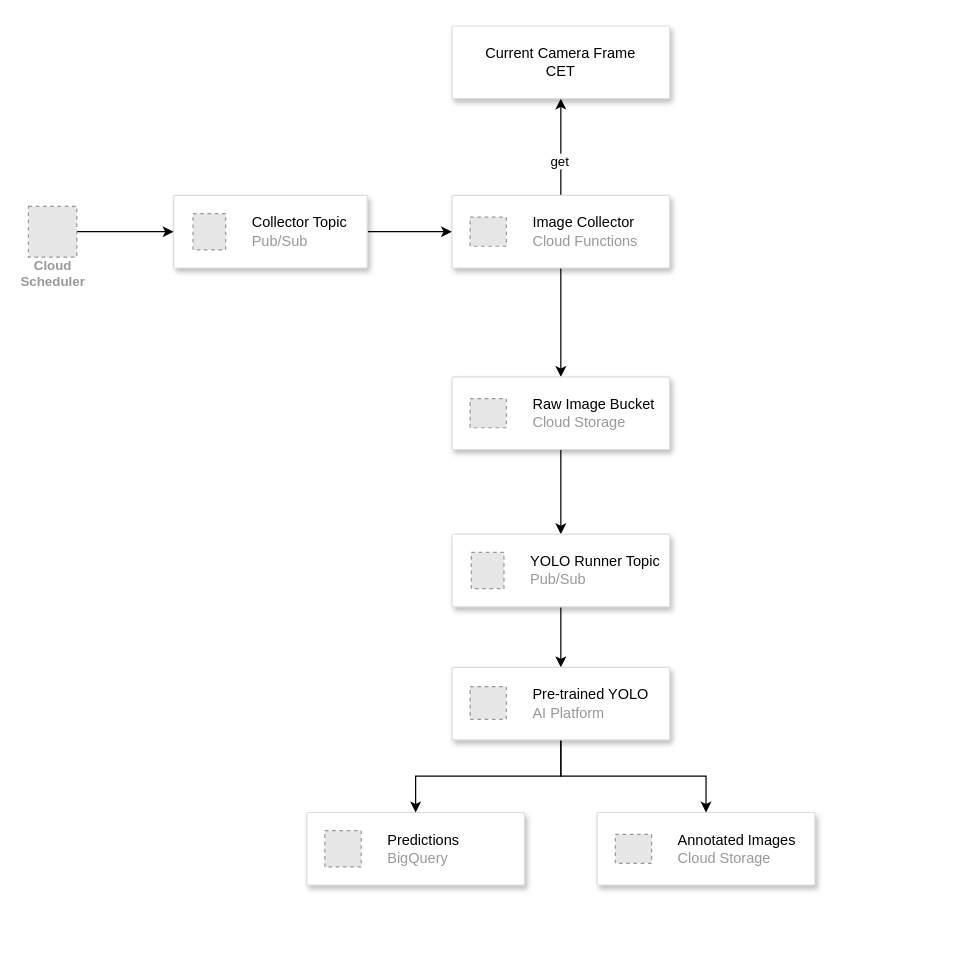
Before: gcp_infra.drawio in brunorosilva/real-time-vehicle-counter, a draw.io diagram. Source tidied: cells renumbered, new cells numbered last; positions are measured from the earlier drawing's top-left corner, leaving out a move shared by most shapes. Both pictures are drawn from the tidied source at 121%, with x=0, y=0 at pixel (28, 25). Pictures stored in the file or linked from it are replaced by grey dashed boxes.
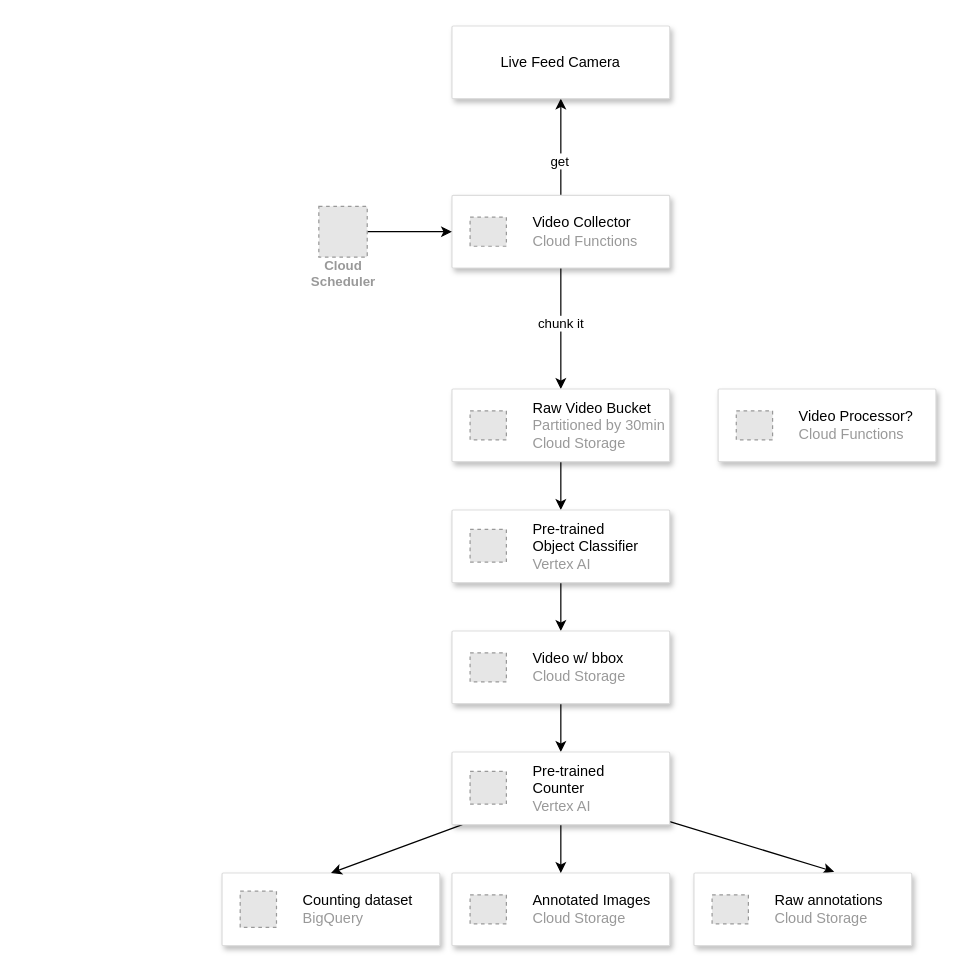
The same diagram, later.

Commit message (it also covers changes not shown here):
review infra

The change refers to these unchanged cells:
```xml
<mxCell id="2" style="edgeStyle=orthogonalEdgeStyle;rounded=0;jettySize=auto;html=1;fontColor=#000000;" parent="1" edge="1" source="5" target="13">
  <mxGeometry relative="1" as="geometry" />
</mxCell>
<mxCell id="3" style="edgeStyle=orthogonalEdgeStyle;rounded=0;jettySize=auto;html=1;fontColor=#000000;" parent="1" edge="1" source="5" target="18">
  <mxGeometry relative="1" as="geometry" />
</mxCell>
<mxCell id="5" style="strokeColor=#dddddd;shadow=1;strokeWidth=1;rounded=1;absoluteArcSize=1;arcSize=2;fontColor=#000000;" parent="1" vertex="1">
  <mxGeometry x="350" y="140" width="180" height="60" as="geometry" />
</mxCell>
```

What changed in the source:
```diff
@@
+    <mxCell id="27" value="chunk it" style="edgeLabel;html=1;align=center;verticalAlign=middle;" parent="2" vertex="1">
+      <mxGeometry x="-0.11" y="-1" relative="1" as="geometry" />
+    </mxCell>
@@
-    <mxCell id="4" value="get" style="edgeLabel;html=1;align=center;verticalAlign=middle;fontColor=#000000;" parent="3" vertex="1">
+    <mxCell id="4" value="&lt;span style=&quot;background-color: rgb(255, 255, 255);&quot;&gt;get&lt;/span&gt;" style="edgeLabel;html=1;align=center;verticalAlign=middle;fontColor=#000000;" parent="3" vertex="1">
       <mxGeometry x="-0.28" y="2" relative="1" as="geometry" />
     </mxCell>
@@
-    <mxCell id="6" value="&lt;font color=&quot;#000000&quot;&gt;Image Collector&lt;/font&gt;&lt;br&gt;Cloud Functions" style="fillColor=#E6E6E6;strokeColor=#999999;dashed=1;html=1;fontColor=#999999;verticalLabelPosition=middle;labelBackgroundColor=#ffffff;verticalAlign=middle;labelPosition=right;align=left;spacingLeft=20;" parent="5" vertex="1">
+    <mxCell id="6" value="&lt;font color=&quot;#000000&quot;&gt;Video Collector&lt;/font&gt;&lt;br&gt;Cloud Functions" style="fillColor=#E6E6E6;strokeColor=#999999;dashed=1;html=1;fontColor=#999999;verticalLabelPosition=middle;labelBackgroundColor=#ffffff;verticalAlign=middle;labelPosition=right;align=left;spacingLeft=20;" parent="5" vertex="1">
       <mxGeometry width="30" height="24" relative="1" as="geometry">
         <mxPoint x="15" y="18" as="offset" />
       </mxGeometry>
     </mxCell>
-    <mxCell id="7" style="edgeStyle=orthogonalEdgeStyle;rounded=0;jettySize=auto;html=1;fontColor=#000000;" parent="1" edge="1" source="8">
+    <mxCell id="7" style="edgeStyle=orthogonalEdgeStyle;rounded=0;orthogonalLoop=1;jettySize=auto;html=1;fontColor=#000000;" parent="1" edge="1">
       <mxGeometry relative="1" as="geometry">
+        <mxPoint x="280" y="170" as="sourcePoint" />
         <mxPoint x="350" y="170" as="targetPoint" />
       </mxGeometry>
     </mxCell>
-    <mxCell id="8" style="strokeColor=#dddddd;shadow=1;strokeWidth=1;rounded=1;absoluteArcSize=1;arcSize=2;fontColor=#000000;" parent="1" vertex="1">
-      <mxGeometry x="120" y="140" width="160" height="60" as="geometry" />
-    </mxCell>
-    <mxCell id="9" value="&lt;font color=&quot;#000000&quot;&gt;Collector Topic&lt;/font&gt;&lt;br&gt;Pub/Sub" style="fillColor=#E6E6E6;strokeColor=#999999;dashed=1;html=1;fontColor=#999999;verticalLabelPosition=middle;labelBackgroundColor=#ffffff;verticalAlign=middle;labelPosition=right;align=left;spacingLeft=20;" parent="8" vertex="1">
-      <mxGeometry width="27" height="30" relative="1" as="geometry">
-        <mxPoint x="16" y="15" as="offset" />
-      </mxGeometry>
-    </mxCell>
-    <mxCell id="10" style="edgeStyle=orthogonalEdgeStyle;rounded=0;jettySize=auto;html=1;fontColor=#000000;" parent="1" edge="1" source="11">
-      <mxGeometry relative="1" as="geometry">
-        <mxPoint x="120" y="170" as="targetPoint" />
-      </mxGeometry>
-    </mxCell>
     <mxCell id="11" value="Cloud&#10;Scheduler" style="fillColor=#E6E6E6;strokeColor=#999999;dashed=1;html=1;verticalAlign=top;labelPosition=center;verticalLabelPosition=bottom;align=center;spacingTop=-6;fontSize=11;fontStyle=1;fontColor=#999999;" parent="1" vertex="1">
-      <mxGeometry y="149" width="40" height="42" as="geometry" />
+      <mxGeometry x="240" y="149" width="40" height="42" as="geometry" />
     </mxCell>
-    <mxCell id="12" style="edgeStyle=orthogonalEdgeStyle;rounded=0;jettySize=auto;html=1;fontColor=#000000;" parent="1" edge="1" source="13" target="16">
-      <mxGeometry relative="1" as="geometry" />
-    </mxCell>
+    <mxCell id="28" style="edgeStyle=none;html=1;" parent="1" edge="1" source="13" target="25">
+      <mxGeometry relative="1" as="geometry" />
+    </mxCell>
     <mxCell id="13" style="strokeColor=#dddddd;shadow=1;strokeWidth=1;rounded=1;absoluteArcSize=1;arcSize=2;fontColor=#000000;" parent="1" vertex="1">
-      <mxGeometry x="350" y="290" width="180" height="60" as="geometry" />
+      <mxGeometry x="350" y="300" width="180" height="60" as="geometry" />
     </mxCell>
-    <mxCell id="14" value="&lt;font color=&quot;#000000&quot;&gt;Raw Image Bucket&lt;/font&gt;&lt;br&gt;Cloud Storage" style="fillColor=#E6E6E6;strokeColor=#999999;dashed=1;html=1;fontColor=#999999;verticalLabelPosition=middle;labelBackgroundColor=#ffffff;verticalAlign=middle;labelPosition=right;align=left;spacingLeft=20;" parent="13" vertex="1">
+    <mxCell id="14" value="&lt;font color=&quot;#000000&quot;&gt;Raw Video Bucket&lt;br&gt;&lt;/font&gt;Partitioned by 30min&lt;br&gt;Cloud Storage" style="fillColor=#E6E6E6;strokeColor=#999999;dashed=1;html=1;fontColor=#999999;verticalLabelPosition=middle;labelBackgroundColor=#ffffff;verticalAlign=middle;labelPosition=right;align=left;spacingLeft=20;" parent="13" vertex="1">
       <mxGeometry width="30" height="24" relative="1" as="geometry">
         <mxPoint x="15" y="18" as="offset" />
       </mxGeometry>
     </mxCell>
-    <mxCell id="15" style="edgeStyle=orthogonalEdgeStyle;rounded=0;jettySize=auto;html=1;fontColor=#000000;" parent="1" edge="1" source="16">
-      <mxGeometry relative="1" as="geometry">
-        <mxPoint x="440" y="530" as="targetPoint" />
-      </mxGeometry>
-    </mxCell>
-    <mxCell id="16" style="strokeColor=#dddddd;shadow=1;strokeWidth=1;rounded=1;absoluteArcSize=1;arcSize=2;fontColor=#000000;" parent="1" vertex="1">
-      <mxGeometry x="350" y="420" width="180" height="60" as="geometry" />
-    </mxCell>
-    <mxCell id="17" value="&lt;font color=&quot;#000000&quot;&gt;YOLO Runner Topic&lt;br&gt;&lt;/font&gt;Pub/Sub" style="fillColor=#E6E6E6;strokeColor=#999999;dashed=1;html=1;fontColor=#999999;verticalLabelPosition=middle;labelBackgroundColor=#ffffff;verticalAlign=middle;labelPosition=right;align=left;spacingLeft=20;" parent="16" vertex="1">
-      <mxGeometry width="27" height="30" relative="1" as="geometry">
-        <mxPoint x="16" y="15" as="offset" />
-      </mxGeometry>
-    </mxCell>
-    <mxCell id="18" value="Current Camera Frame&lt;br&gt;CET" style="whiteSpace=wrap;html=1;strokeColor=#dddddd;fontColor=#000000;shadow=1;strokeWidth=1;rounded=1;arcSize=2;" parent="1" vertex="1">
+    <mxCell id="18" value="Live Feed Camera" style="whiteSpace=wrap;html=1;strokeColor=#dddddd;fontColor=#000000;shadow=1;strokeWidth=1;rounded=1;arcSize=2;labelBackgroundColor=#FFFFFF;" parent="1" vertex="1">
       <mxGeometry x="350" width="180" height="60" as="geometry" />
     </mxCell>
     <mxCell id="19" style="strokeColor=#dddddd;shadow=1;strokeWidth=1;rounded=1;absoluteArcSize=1;arcSize=2;fontColor=#000000;" parent="1" vertex="1">
-      <mxGeometry x="230" y="650" width="180" height="60" as="geometry" />
+      <mxGeometry x="160" y="700" width="180" height="60" as="geometry" />
     </mxCell>
-    <mxCell id="20" value="&lt;font color=&quot;#000000&quot;&gt;Predictions&lt;/font&gt;&lt;br&gt;BigQuery" style="fillColor=#E6E6E6;strokeColor=#999999;dashed=1;html=1;fontColor=#999999;verticalLabelPosition=middle;labelBackgroundColor=#ffffff;verticalAlign=middle;labelPosition=right;align=left;spacingLeft=20;" parent="19" vertex="1">
+    <mxCell id="20" value="&lt;font color=&quot;#000000&quot;&gt;Counting dataset&lt;/font&gt;&lt;br&gt;BigQuery" style="fillColor=#E6E6E6;strokeColor=#999999;dashed=1;html=1;fontColor=#999999;verticalLabelPosition=middle;labelBackgroundColor=#ffffff;verticalAlign=middle;labelPosition=right;align=left;spacingLeft=20;" parent="19" vertex="1">
       <mxGeometry width="30" height="30" relative="1" as="geometry">
         <mxPoint x="15" y="15" as="offset" />
       </mxGeometry>
     </mxCell>
     <mxCell id="21" style="strokeColor=#dddddd;shadow=1;strokeWidth=1;rounded=1;absoluteArcSize=1;arcSize=2;fontColor=#000000;" parent="1" vertex="1">
-      <mxGeometry x="470" y="650" width="180" height="60" as="geometry" />
+      <mxGeometry x="350" y="700" width="180" height="60" as="geometry" />
     </mxCell>
@@
-    <mxCell id="23" style="edgeStyle=orthogonalEdgeStyle;rounded=0;jettySize=auto;html=1;fontColor=#000000;" parent="1" edge="1" source="25" target="21">
-      <mxGeometry relative="1" as="geometry" />
-    </mxCell>
-    <mxCell id="24" style="edgeStyle=orthogonalEdgeStyle;rounded=0;jettySize=auto;html=1;entryX=0.5;entryY=0;entryDx=0;entryDy=0;fontColor=#000000;" parent="1" edge="1" source="25" target="19">
-      <mxGeometry relative="1" as="geometry" />
-    </mxCell>
+    <mxCell id="29" style="edgeStyle=none;html=1;" parent="1" edge="1" source="25" target="34">
+      <mxGeometry relative="1" as="geometry" />
+    </mxCell>
     <mxCell id="25" style="strokeColor=#dddddd;shadow=1;strokeWidth=1;rounded=1;absoluteArcSize=1;arcSize=2;fontColor=#000000;" parent="1" vertex="1">
-      <mxGeometry x="350" y="530" width="180" height="60" as="geometry" />
+      <mxGeometry x="350" y="400" width="180" height="60" as="geometry" />
     </mxCell>
-    <mxCell id="26" value="&lt;font color=&quot;#000000&quot;&gt;Pre-trained YOLO&lt;/font&gt;&lt;br&gt;AI Platform" style="fillColor=#E6E6E6;strokeColor=#999999;dashed=1;html=1;fontColor=#999999;verticalLabelPosition=middle;labelBackgroundColor=#ffffff;verticalAlign=middle;labelPosition=right;align=left;spacingLeft=20;" parent="25" vertex="1">
+    <mxCell id="26" value="&lt;font color=&quot;#000000&quot;&gt;Pre-trained &lt;br&gt;Object Classifier&lt;/font&gt;&lt;br&gt;Vertex AI" style="fillColor=#E6E6E6;strokeColor=#999999;dashed=1;html=1;fontColor=#999999;verticalLabelPosition=middle;labelBackgroundColor=#ffffff;verticalAlign=middle;labelPosition=right;align=left;spacingLeft=20;" parent="25" vertex="1">
       <mxGeometry width="30" height="27" relative="1" as="geometry">
         <mxPoint x="15" y="16" as="offset" />
       </mxGeometry>
     </mxCell>
+    <mxCell id="30" style="edgeStyle=none;html=1;entryX=0.5;entryY=0;entryDx=0;entryDy=0;" parent="1" edge="1" target="21">
+      <mxGeometry relative="1" as="geometry">
+        <mxPoint x="440" y="660" as="sourcePoint" />
+      </mxGeometry>
+    </mxCell>
+    <mxCell id="31" style="edgeStyle=none;html=1;entryX=0.5;entryY=0;entryDx=0;entryDy=0;" parent="1" edge="1" target="19">
+      <mxGeometry relative="1" as="geometry">
+        <mxPoint x="358.6" y="660" as="sourcePoint" />
+      </mxGeometry>
+    </mxCell>
+    <mxCell id="32" style="edgeStyle=none;html=1;entryX=0.644;entryY=-0.017;entryDx=0;entryDy=0;entryPerimeter=0;" parent="1" edge="1" target="36">
+      <mxGeometry relative="1" as="geometry">
+        <mxPoint x="530" y="657.5" as="sourcePoint" />
+      </mxGeometry>
+    </mxCell>
+    <mxCell id="33" style="edgeStyle=none;html=1;" parent="1" edge="1" source="34">
+      <mxGeometry relative="1" as="geometry">
+        <mxPoint x="440" y="600" as="targetPoint" />
+      </mxGeometry>
+    </mxCell>
+    <mxCell id="34" style="strokeColor=#dddddd;shadow=1;strokeWidth=1;rounded=1;absoluteArcSize=1;arcSize=2;fontColor=#000000;" parent="1" vertex="1">
+      <mxGeometry x="350" y="500" width="180" height="60" as="geometry" />
+    </mxCell>
+    <mxCell id="35" value="&lt;font color=&quot;#000000&quot;&gt;Video w/ bbox&lt;/font&gt;&lt;br&gt;Cloud Storage" style="fillColor=#E6E6E6;strokeColor=#999999;dashed=1;html=1;fontColor=#999999;verticalLabelPosition=middle;labelBackgroundColor=#ffffff;verticalAlign=middle;labelPosition=right;align=left;spacingLeft=20;" parent="34" vertex="1">
+      <mxGeometry width="30" height="24" relative="1" as="geometry">
+        <mxPoint x="15" y="18" as="offset" />
+      </mxGeometry>
+    </mxCell>
+    <mxCell id="36" style="strokeColor=#dddddd;shadow=1;strokeWidth=1;rounded=1;absoluteArcSize=1;arcSize=2;fontColor=#000000;" parent="1" vertex="1">
+      <mxGeometry x="550" y="700" width="180" height="60" as="geometry" />
+    </mxCell>
+    <mxCell id="37" value="&lt;font color=&quot;#000000&quot;&gt;Raw annotations&lt;/font&gt;&lt;br&gt;Cloud Storage" style="fillColor=#E6E6E6;strokeColor=#999999;dashed=1;html=1;fontColor=#999999;verticalLabelPosition=middle;labelBackgroundColor=#ffffff;verticalAlign=middle;labelPosition=right;align=left;spacingLeft=20;" parent="36" vertex="1">
+      <mxGeometry width="30" height="24" relative="1" as="geometry">
+        <mxPoint x="15" y="18" as="offset" />
+      </mxGeometry>
+    </mxCell>
+    <mxCell id="38" style="strokeColor=#dddddd;shadow=1;strokeWidth=1;rounded=1;absoluteArcSize=1;arcSize=2;fontColor=#000000;" parent="1" vertex="1">
+      <mxGeometry x="570" y="300" width="180" height="60" as="geometry" />
+    </mxCell>
+    <mxCell id="39" value="&lt;font color=&quot;#000000&quot;&gt;Video Processor?&lt;/font&gt;&lt;br&gt;Cloud Functions" style="fillColor=#E6E6E6;strokeColor=#999999;dashed=1;html=1;fontColor=#999999;verticalLabelPosition=middle;labelBackgroundColor=#ffffff;verticalAlign=middle;labelPosition=right;align=left;spacingLeft=20;" parent="38" vertex="1">
+      <mxGeometry width="30" height="24" relative="1" as="geometry">
+        <mxPoint x="15" y="18" as="offset" />
+      </mxGeometry>
+    </mxCell>
+    <mxCell id="40" style="strokeColor=#dddddd;shadow=1;strokeWidth=1;rounded=1;absoluteArcSize=1;arcSize=2;fontColor=#000000;" parent="1" vertex="1">
+      <mxGeometry x="350" y="600" width="180" height="60" as="geometry" />
+    </mxCell>
+    <mxCell id="41" value="&lt;font color=&quot;#000000&quot;&gt;Pre-trained &lt;br&gt;Counter&lt;/font&gt;&lt;br&gt;Vertex AI" style="fillColor=#E6E6E6;strokeColor=#999999;dashed=1;html=1;fontColor=#999999;verticalLabelPosition=middle;labelBackgroundColor=#ffffff;verticalAlign=middle;labelPosition=right;align=left;spacingLeft=20;" parent="40" vertex="1">
+      <mxGeometry width="30" height="27" relative="1" as="geometry">
+        <mxPoint x="15" y="16" as="offset" />
+      </mxGeometry>
+    </mxCell>
```
